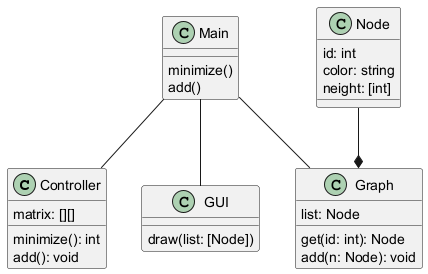
Before: Radio/uml.png, a diagram exported from PlantUML (brayandiazssjd/spice).
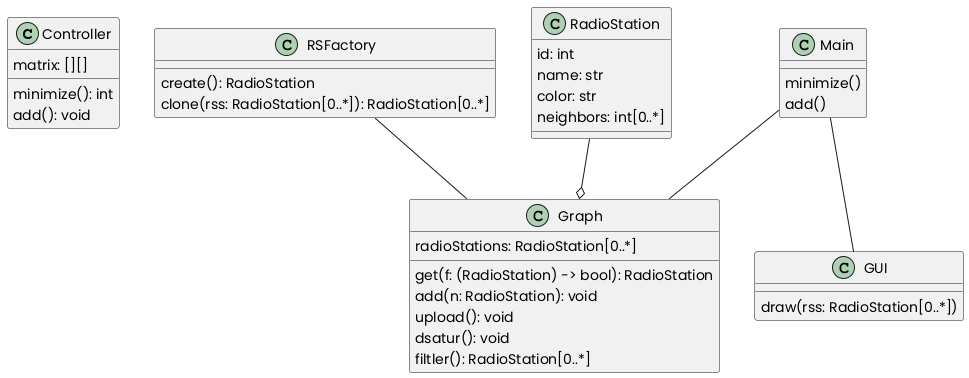
The same file after the commit.

Change to the diagram source:
```diff
@@ -1,35 +1,46 @@
 @startuml
 
+skinparam defaultFontName "Poppins"
+
 class Controller {
-	matrix: [][]
-	minimize(): int
-	add(): void
+    matrix: [][]
+    minimize(): int
+    add(): void
+}
+
+class RSFactory {
+    create(): RadioStation
+    clone(rss: RadioStation[0..*]): RadioStation[0..*]
 }
 
 class Graph {
-	list: Node
-	get(id: int): Node
-	add(n: Node): void
+    radioStations: RadioStation[0..*]
+    get(f: (RadioStation) -> bool): RadioStation
+    add(n: RadioStation): void
+    upload(): void
+    dsatur(): void
+    filtler(): RadioStation[0..*]
 }
 
-class Node {
-	id: int
-	color: string
-	neight: [int]
+class RadioStation {
+    id: int
+    name: str
+    color: str
+    neighbors: int[0..*]
 }
 
 class GUI {
-	draw(list: [Node])
+    draw(rss: RadioStation[0..*])
 }
 
 class Main {
-	minimize()
-	add()
+    minimize()
+    add()
 }
 
-Node --* Graph
+RadioStation --o Graph
+RSFactory -- Graph
 Main -- Graph
-Main -- Controller
 Main -- GUI
 
 
```
